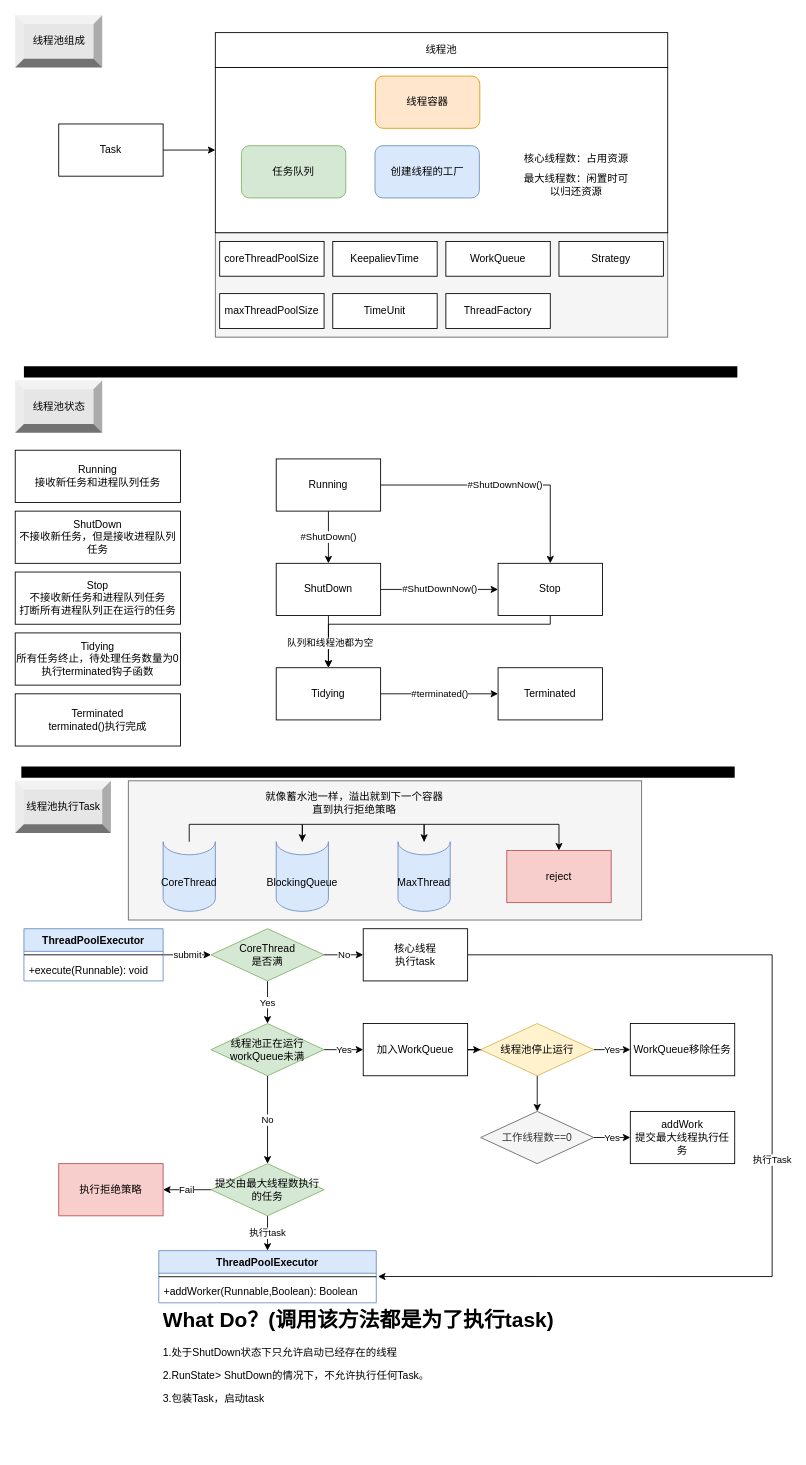
Before: JUC/src/main/java/com/alei/msb/teacherhuang/uml/T03.drawio in ALei-907/FM2MRepository, a draw.io diagram. Source tidied: cells renumbered, new cells numbered last; positions are measured from the earlier drawing's top-left corner, leaving out a move shared by most shapes. Both pictures are drawn from the tidied source at 87%, with x=0, y=0 at pixel (15, 15).
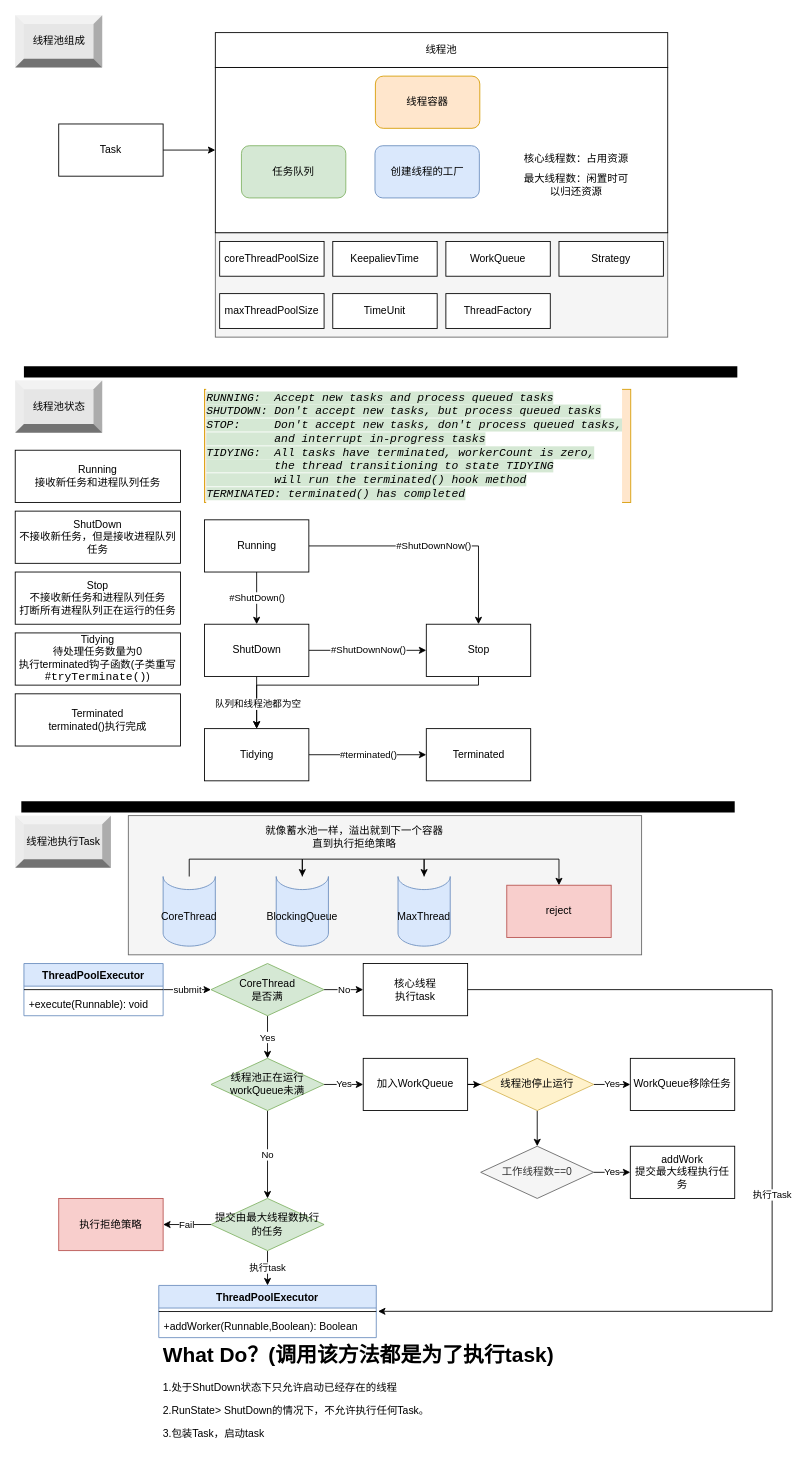
Above is the later version.

The change refers to these unchanged cells:
```xml
<mxCell id="77" value="+addWorker(Runnable,Boolean): Boolean" style="text;strokeColor=none;fillColor=none;align=left;verticalAlign=top;spacingLeft=4;spacingRight=4;overflow=hidden;points=[[0,0.5],[1,0.5]];portConstraint=eastwest;" parent="75" vertex="1">
  <mxGeometry y="34" width="250" height="26" as="geometry" />
</mxCell>
```

Diff of the diagram source:
```diff
@@
     <mxCell id="2" style="rounded=0;whiteSpace=wrap;html=1;fillColor=#f5f5f5;fontColor=#333333;strokeColor=#666666;" parent="1" vertex="1">
-      <mxGeometry x="130" y="880" width="590" height="160" as="geometry" />
+      <mxGeometry x="130" y="920" width="590" height="160" as="geometry" />
     </mxCell>
@@
-    <mxCell id="26" value="Tidying&lt;br&gt;所有任务终止，待处理任务数量为0&lt;br&gt;执行terminated钩子函数" style="rounded=0;whiteSpace=wrap;html=1;" parent="1" vertex="1">
+    <mxCell id="26" value="Tidying&lt;br&gt;待处理任务数量为0&lt;br&gt;执行terminated钩子函数(子类重写#&lt;span style=&quot;font-family: &amp;quot;JetBrains Mono&amp;quot;, monospace; font-size: 9.8pt; background-color: rgb(255, 255, 255);&quot;&gt;tryTerminate()&lt;/span&gt;&lt;span style=&quot;background-color: initial;&quot;&gt;)&lt;/span&gt;" style="rounded=0;whiteSpace=wrap;html=1;" parent="1" vertex="1">
       <mxGeometry y="710" width="190" height="60" as="geometry" />
     </mxCell>
@@
     <mxCell id="30" value="Running" style="rounded=0;whiteSpace=wrap;html=1;" parent="1" vertex="1">
-      <mxGeometry x="300" y="510" width="120" height="60" as="geometry" />
+      <mxGeometry x="217.5" y="580" width="120" height="60" as="geometry" />
     </mxCell>
@@
     <mxCell id="33" value="ShutDown" style="rounded=0;whiteSpace=wrap;html=1;" parent="1" vertex="1">
-      <mxGeometry x="300" y="630" width="120" height="60" as="geometry" />
+      <mxGeometry x="217.5" y="700" width="120" height="60" as="geometry" />
     </mxCell>
     <mxCell id="34" style="edgeStyle=orthogonalEdgeStyle;rounded=0;jettySize=auto;html=1;exitX=0.5;exitY=1;exitDx=0;exitDy=0;entryX=0.5;entryY=0;entryDx=0;entryDy=0;strokeWidth=1;" parent="1" edge="1" source="36" target="38">
       <mxGeometry relative="1" as="geometry">
         <Array as="points">
-          <mxPoint x="615" y="700" />
-          <mxPoint x="360" y="700" />
+          <mxPoint x="532.5" y="770" />
+          <mxPoint x="277.5" y="770" />
         </Array>
       </mxGeometry>
     </mxCell>
@@
     <mxCell id="36" value="Stop" style="rounded=0;whiteSpace=wrap;html=1;" parent="1" vertex="1">
-      <mxGeometry x="555" y="630" width="120" height="60" as="geometry" />
+      <mxGeometry x="472.5" y="700" width="120" height="60" as="geometry" />
     </mxCell>
@@
     <mxCell id="38" value="Tidying" style="rounded=0;whiteSpace=wrap;html=1;" parent="1" vertex="1">
-      <mxGeometry x="300" y="750" width="120" height="60" as="geometry" />
+      <mxGeometry x="217.5" y="820" width="120" height="60" as="geometry" />
     </mxCell>
     <mxCell id="39" value="Terminated" style="rounded=0;whiteSpace=wrap;html=1;" parent="1" vertex="1">
-      <mxGeometry x="555" y="750" width="120" height="60" as="geometry" />
+      <mxGeometry x="472.5" y="820" width="120" height="60" as="geometry" />
     </mxCell>
     <mxCell id="40" style="endArrow=none;html=1;rounded=0;strokeWidth=13;" parent="1" edge="1">
       <mxGeometry relative="1" as="geometry">
-        <mxPoint x="7" y="870" as="sourcePoint" />
-        <mxPoint x="827" y="870" as="targetPoint" />
+        <mxPoint x="7" y="910" as="sourcePoint" />
+        <mxPoint x="827" y="910" as="targetPoint" />
       </mxGeometry>
     </mxCell>
     <mxCell id="41" value="线程池执行Task" style="labelPosition=center;verticalLabelPosition=middle;align=center;html=1;shape=mxgraph.basic.shaded_button;dx=10;fillColor=#E6E6E6;strokeColor=none;" parent="1" vertex="1">
-      <mxGeometry y="880" width="110" height="60" as="geometry" />
+      <mxGeometry y="920" width="110" height="60" as="geometry" />
     </mxCell>
     <mxCell id="42" value="执行Task" style="edgeStyle=orthogonalEdgeStyle;rounded=0;jettySize=auto;html=1;exitX=1;exitY=0.5;exitDx=0;exitDy=0;entryX=1.008;entryY=-0.163;entryDx=0;entryDy=0;entryPerimeter=0;" parent="1" edge="1" source="43" target="77">
       <mxGeometry relative="1" as="geometry">
         <Array as="points">
-          <mxPoint x="870" y="1080" />
-          <mxPoint x="870" y="1450" />
+          <mxPoint x="870" y="1120" />
+          <mxPoint x="870" y="1490" />
         </Array>
       </mxGeometry>
     </mxCell>
     <mxCell id="43" value="核心线程&lt;br&gt;执行task" style="rounded=0;whiteSpace=wrap;html=1;" parent="1" vertex="1">
-      <mxGeometry x="400" y="1050" width="120" height="60" as="geometry" />
+      <mxGeometry x="400" y="1090" width="120" height="60" as="geometry" />
     </mxCell>
@@
     <mxCell id="46" value="CoreThread&lt;br&gt;是否满" style="rhombus;whiteSpace=wrap;html=1;fillColor=#d5e8d4;strokeColor=#82b366;" parent="1" vertex="1">
-      <mxGeometry x="225" y="1050" width="130" height="60" as="geometry" />
+      <mxGeometry x="225" y="1090" width="130" height="60" as="geometry" />
     </mxCell>
@@
     <mxCell id="49" value="线程池正在运行&lt;br&gt;workQueue未满" style="rhombus;whiteSpace=wrap;html=1;fillColor=#d5e8d4;strokeColor=#82b366;" parent="1" vertex="1">
-      <mxGeometry x="225" y="1159" width="130" height="60" as="geometry" />
+      <mxGeometry x="225" y="1199" width="130" height="60" as="geometry" />
     </mxCell>
     <mxCell id="50" value="&lt;span style=&quot;color: rgb(0, 0, 0); font-family: Helvetica; font-size: 11px; font-style: normal; font-variant-ligatures: normal; font-variant-caps: normal; font-weight: 400; letter-spacing: normal; orphans: 2; text-align: center; text-indent: 0px; text-transform: none; widows: 2; word-spacing: 0px; -webkit-text-stroke-width: 0px; background-color: rgb(255, 255, 255); text-decoration-thickness: initial; text-decoration-style: initial; text-decoration-color: initial; float: none; display: inline !important;&quot;&gt;submit&lt;/span&gt;" style="edgeStyle=orthogonalEdgeStyle;rounded=0;jettySize=auto;html=1;strokeWidth=1;exitX=1;exitY=0.5;exitDx=0;exitDy=0;" parent="1" edge="1" source="72" target="46">
       <mxGeometry relative="1" as="geometry">
         <Array as="points">
-          <mxPoint x="200" y="1080" />
-          <mxPoint x="200" y="1080" />
+          <mxPoint x="200" y="1120" />
+          <mxPoint x="200" y="1120" />
         </Array>
       </mxGeometry>
     </mxCell>
@@
     <mxCell id="52" value="加入WorkQueue" style="rounded=0;whiteSpace=wrap;html=1;" parent="1" vertex="1">
-      <mxGeometry x="400" y="1159" width="120" height="60" as="geometry" />
+      <mxGeometry x="400" y="1199" width="120" height="60" as="geometry" />
     </mxCell>
@@
     <mxCell id="55" value="线程池停止运行" style="rhombus;whiteSpace=wrap;html=1;fillColor=#fff2cc;strokeColor=#d6b656;" parent="1" vertex="1">
-      <mxGeometry x="535" y="1159" width="130" height="60" as="geometry" />
+      <mxGeometry x="535" y="1199" width="130" height="60" as="geometry" />
     </mxCell>
     <mxCell id="56" value="WorkQueue移除任务" style="whiteSpace=wrap;html=1;" parent="1" vertex="1">
-      <mxGeometry x="707" y="1159" width="120" height="60" as="geometry" />
+      <mxGeometry x="707" y="1199" width="120" height="60" as="geometry" />
     </mxCell>
@@
     <mxCell id="59" value="提交由最大线程数执行的任务" style="rhombus;whiteSpace=wrap;html=1;fillColor=#d5e8d4;strokeColor=#82b366;" parent="1" vertex="1">
-      <mxGeometry x="225" y="1320" width="130" height="60" as="geometry" />
+      <mxGeometry x="225" y="1360" width="130" height="60" as="geometry" />
     </mxCell>
     <mxCell id="60" value="执行拒绝策略" style="whiteSpace=wrap;html=1;fillColor=#f8cecc;strokeColor=#b85450;" parent="1" vertex="1">
-      <mxGeometry x="50" y="1320" width="120" height="60" as="geometry" />
+      <mxGeometry x="50" y="1360" width="120" height="60" as="geometry" />
     </mxCell>
@@
     <mxCell id="62" value="工作线程数==0" style="rhombus;whiteSpace=wrap;html=1;fillColor=#f5f5f5;fontColor=#333333;strokeColor=#666666;" parent="1" vertex="1">
-      <mxGeometry x="535" y="1260" width="130" height="60" as="geometry" />
+      <mxGeometry x="535" y="1300" width="130" height="60" as="geometry" />
     </mxCell>
     <mxCell id="63" value="addWork&lt;br&gt;提交最大线程执行任务" style="whiteSpace=wrap;html=1;" parent="1" vertex="1">
-      <mxGeometry x="707" y="1260" width="120" height="60" as="geometry" />
+      <mxGeometry x="707" y="1300" width="120" height="60" as="geometry" />
     </mxCell>
@@
     <mxCell id="65" value="CoreThread" style="shape=cylinder3;whiteSpace=wrap;html=1;boundedLbl=1;backgroundOutline=1;size=15;lid=0;fillColor=#dae8fc;strokeColor=#6c8ebf;" parent="1" vertex="1">
-      <mxGeometry x="170" y="950" width="60" height="80" as="geometry" />
+      <mxGeometry x="170" y="990" width="60" height="80" as="geometry" />
     </mxCell>
@@
     <mxCell id="67" value="BlockingQueue" style="shape=cylinder3;whiteSpace=wrap;html=1;boundedLbl=1;backgroundOutline=1;size=15;lid=0;fillColor=#dae8fc;strokeColor=#6c8ebf;" parent="1" vertex="1">
-      <mxGeometry x="300" y="950" width="60" height="80" as="geometry" />
+      <mxGeometry x="300" y="990" width="60" height="80" as="geometry" />
     </mxCell>
@@
     <mxCell id="69" value="MaxThread" style="shape=cylinder3;whiteSpace=wrap;html=1;boundedLbl=1;backgroundOutline=1;size=15;lid=0;fillColor=#dae8fc;strokeColor=#6c8ebf;" parent="1" vertex="1">
-      <mxGeometry x="440" y="950" width="60" height="80" as="geometry" />
+      <mxGeometry x="440" y="990" width="60" height="80" as="geometry" />
     </mxCell>
     <mxCell id="70" value="reject" style="rounded=0;whiteSpace=wrap;html=1;fillColor=#f8cecc;strokeColor=#b85450;" parent="1" vertex="1">
-      <mxGeometry x="565" y="960" width="120" height="60" as="geometry" />
+      <mxGeometry x="565" y="1000" width="120" height="60" as="geometry" />
     </mxCell>
     <mxCell id="71" value="就像蓄水池一样，溢出就到下一个容器&lt;br&gt;直到执行拒绝策略" style="text;html=1;strokeColor=none;fillColor=none;align=center;verticalAlign=middle;whiteSpace=wrap;rounded=0;" parent="1" vertex="1">
-      <mxGeometry x="245" y="890" width="290" height="30" as="geometry" />
+      <mxGeometry x="245" y="930" width="290" height="30" as="geometry" />
     </mxCell>
     <mxCell id="72" value="ThreadPoolExecutor" style="swimlane;fontStyle=1;align=center;verticalAlign=top;horizontal=1;startSize=26;fillColor=#dae8fc;strokeColor=#6c8ebf;" parent="1" vertex="1">
-      <mxGeometry x="10" y="1050" width="160" height="60" as="geometry" />
+      <mxGeometry x="10" y="1090" width="160" height="60" as="geometry" />
     </mxCell>
@@
     <mxCell id="75" value="ThreadPoolExecutor" style="swimlane;fontStyle=1;align=center;verticalAlign=top;horizontal=1;startSize=26;fillColor=#dae8fc;strokeColor=#6c8ebf;" parent="1" vertex="1">
-      <mxGeometry x="165" y="1420" width="250" height="60" as="geometry" />
+      <mxGeometry x="165" y="1460" width="250" height="60" as="geometry" />
     </mxCell>
@@
     <mxCell id="78" value="&lt;h1&gt;What Do？(调用该方法都是为了执行task)&lt;/h1&gt;&lt;p&gt;&lt;span style=&quot;background-color: initial;&quot;&gt;1.处于ShutDown状态下只允许启动已经存在的线程&lt;/span&gt;&lt;br&gt;&lt;/p&gt;&lt;p&gt;2.RunState&amp;gt; ShutDown的情况下，不允许执行任何Task。&lt;/p&gt;&lt;p&gt;3.包装Task，启动task&lt;/p&gt;" style="text;html=1;strokeColor=none;fillColor=none;spacing=5;spacingTop=-20;whiteSpace=wrap;overflow=hidden;rounded=0;" parent="1" vertex="1">
-      <mxGeometry x="165" y="1480" width="480" height="130" as="geometry" />
+      <mxGeometry x="165" y="1520" width="480" height="130" as="geometry" />
     </mxCell>
+    <mxCell id="79" value="&lt;pre style=&quot;font-family: &amp;quot;JetBrains Mono&amp;quot;, monospace; font-size: 9.8pt;&quot;&gt;&lt;span style=&quot;background-color: rgb(213, 232, 212);&quot;&gt;&lt;span style=&quot;font-style: italic;&quot;&gt;RUNNING:  Accept new tasks and process queued tasks&lt;/span&gt;&lt;span style=&quot;font-style: italic;&quot;&gt;&lt;br&gt;&lt;/span&gt;&lt;span style=&quot;font-style: italic;&quot;&gt;SHUTDOWN: Don't accept new tasks, but process queued tasks&lt;/span&gt;&lt;span style=&quot;font-style: italic;&quot;&gt;&lt;br&gt;&lt;/span&gt;&lt;span style=&quot;font-style: italic;&quot;&gt;STOP:     Don't accept new tasks, don't process queued tasks,&lt;/span&gt;&lt;span style=&quot;font-style: italic;&quot;&gt;&lt;br&gt;&lt;/span&gt;&lt;span style=&quot;font-style: italic;&quot;&gt;          and interrupt in-progress tasks&lt;/span&gt;&lt;span style=&quot;font-style: italic;&quot;&gt;&lt;br&gt;&lt;/span&gt;&lt;span style=&quot;font-style: italic;&quot;&gt;TIDYING:  All tasks have terminated, workerCount is zero,&lt;/span&gt;&lt;span style=&quot;font-style: italic;&quot;&gt;&lt;br&gt;&lt;/span&gt;&lt;span style=&quot;font-style: italic;&quot;&gt;          the thread transitioning to state TIDYING&lt;/span&gt;&lt;span style=&quot;font-style: italic;&quot;&gt;&lt;br&gt;&lt;/span&gt;&lt;span style=&quot;font-style: italic;&quot;&gt;          will run the terminated() hook method&lt;/span&gt;&lt;span style=&quot;font-style: italic;&quot;&gt;&lt;br&gt;&lt;/span&gt;&lt;span style=&quot;font-style: italic;&quot;&gt;TERMINATED: terminated() has completed&lt;/span&gt;&lt;/span&gt;&lt;/pre&gt;" style="rounded=0;whiteSpace=wrap;html=1;labelBackgroundColor=#FFFFFF;align=left;fillColor=#ffe6cc;strokeColor=#d79b00;" parent="1" vertex="1">
+      <mxGeometry x="217.5" y="430" width="490" height="130" as="geometry" />
+    </mxCell>
```
